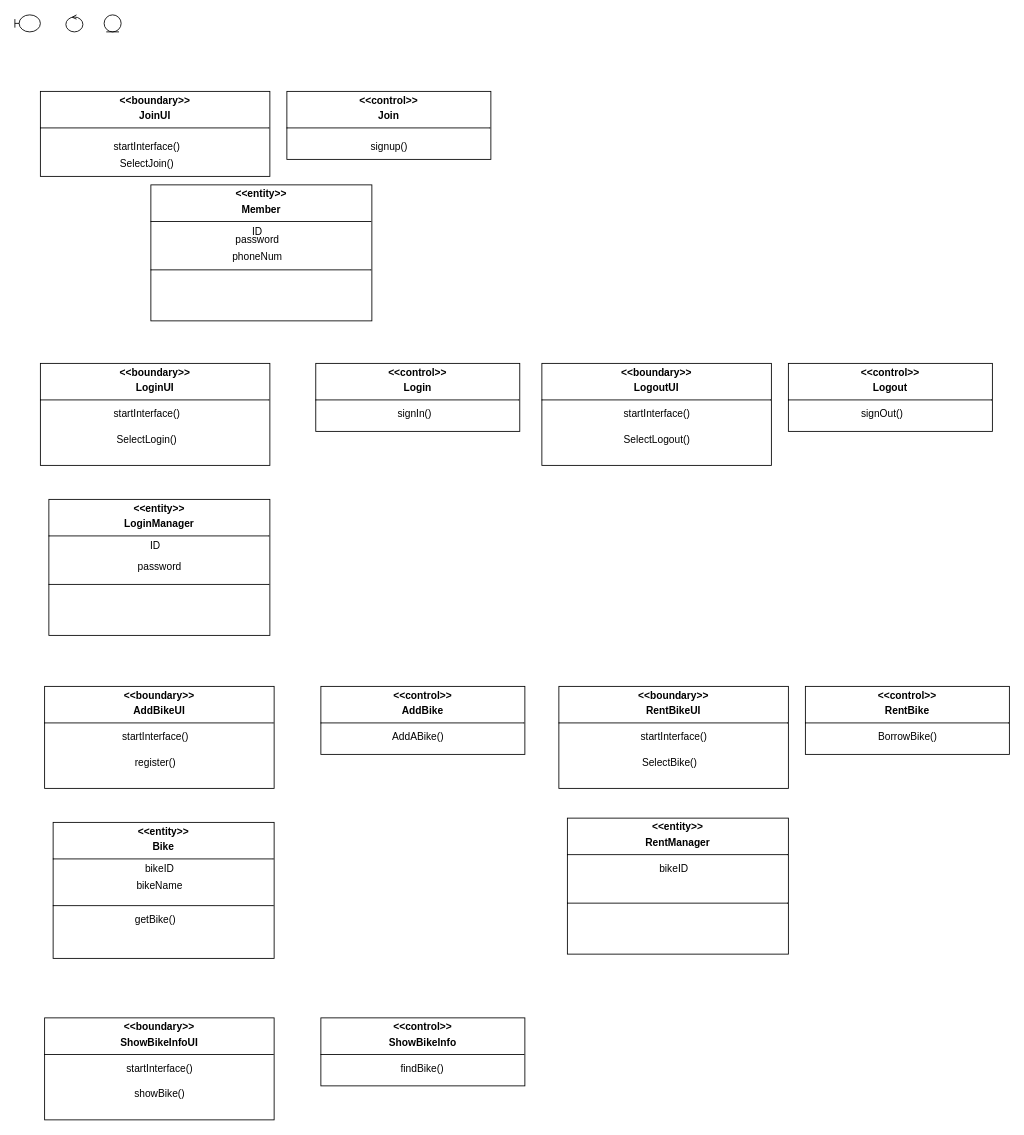
Before: analysis class diagram.drawio.xml in nowOne2/se2ndAssignment, a draw.io diagram. Source tidied: cells renumbered, new cells numbered last; positions are measured from the earlier drawing's top-left corner, leaving out a move shared by most shapes. Both pictures are drawn from the tidied source at 85%, with x=0, y=0 at pixel (14, 14).
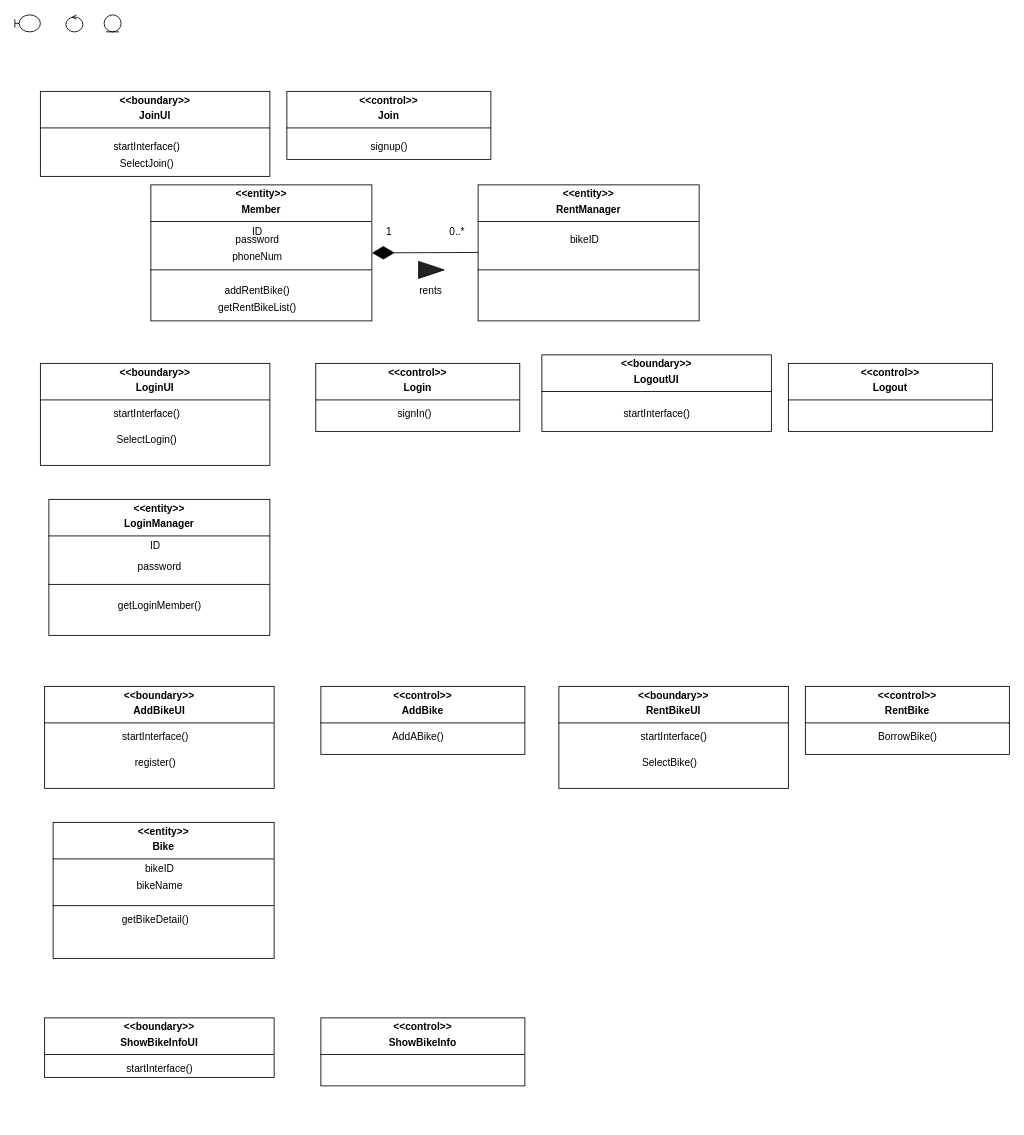
The same page after the edit.

Commit message (it also covers changes not shown here):
Fix communication, analysis diagram 자전거 대여, 대여정보조회

The change refers to these unchanged cells:
```xml
<mxCell id="6" value="&lt;p style=&quot;margin:0px;margin-top:4px;text-align:center;&quot;&gt;&lt;b&gt;&amp;lt;&amp;lt;entity&amp;gt;&amp;gt;&lt;/b&gt;&lt;/p&gt;&lt;p style=&quot;margin:0px;margin-top:4px;text-align:center;&quot;&gt;&lt;b&gt;Member&lt;/b&gt;&lt;/p&gt;&lt;hr size=&quot;1&quot; style=&quot;border-style:solid;&quot;&gt;&lt;div style=&quot;height:2px;&quot;&gt;&lt;/div&gt;&lt;div style=&quot;height:2px;&quot;&gt;&lt;br&gt;&lt;/div&gt;&lt;div style=&quot;height:2px;&quot;&gt;&lt;br&gt;&lt;/div&gt;&lt;div style=&quot;height:2px;&quot;&gt;&lt;br&gt;&lt;/div&gt;&lt;div style=&quot;height:2px;&quot;&gt;&lt;br&gt;&lt;/div&gt;&lt;div style=&quot;height:2px;&quot;&gt;&lt;br&gt;&lt;/div&gt;&lt;div style=&quot;height:2px;&quot;&gt;&lt;br&gt;&lt;/div&gt;&lt;div style=&quot;height:2px;&quot;&gt;&lt;br&gt;&lt;/div&gt;&lt;div style=&quot;height:2px;&quot;&gt;&lt;br&gt;&lt;/div&gt;&lt;div style=&quot;height:2px;&quot;&gt;&lt;br&gt;&lt;/div&gt;&lt;div style=&quot;height:2px;&quot;&gt;&lt;br&gt;&lt;/div&gt;&lt;div style=&quot;height:2px;&quot;&gt;&lt;br&gt;&lt;/div&gt;&lt;div style=&quot;height:2px;&quot;&gt;&lt;br&gt;&lt;/div&gt;&lt;div style=&quot;height:2px;&quot;&gt;&lt;br&gt;&lt;/div&gt;&lt;div style=&quot;height:2px;&quot;&gt;&lt;br&gt;&lt;/div&gt;&lt;div style=&quot;height:2px;&quot;&gt;&lt;br&gt;&lt;/div&gt;&lt;div style=&quot;height:2px;&quot;&gt;&lt;br&gt;&lt;/div&gt;&lt;div style=&quot;height:2px;&quot;&gt;&lt;br&gt;&lt;/div&gt;&lt;div style=&quot;height:2px;&quot;&gt;&lt;br&gt;&lt;/div&gt;&lt;div style=&quot;height:2px;&quot;&gt;&lt;br&gt;&lt;/div&gt;&lt;div style=&quot;height:2px;&quot;&gt;&lt;br&gt;&lt;/div&gt;&lt;div style=&quot;height:2px;&quot;&gt;&lt;br&gt;&lt;/div&gt;&lt;hr size=&quot;1&quot; style=&quot;border-style:solid;&quot;&gt;&lt;div style=&quot;height:2px;&quot;&gt;&lt;/div&gt;" style="verticalAlign=top;align=left;overflow=fill;html=1;whiteSpace=wrap;" parent="1" vertex="1">
  <mxGeometry x="160" y="200" width="260" height="160" as="geometry" />
</mxCell>
```

Change to the diagram source:
```diff
@@
     <mxCell id="22" value="&lt;p style=&quot;margin:0px;margin-top:4px;text-align:center;&quot;&gt;&lt;b&gt;&amp;lt;&amp;lt;boundary&amp;gt;&amp;gt;&lt;/b&gt;&lt;/p&gt;&lt;p style=&quot;margin:0px;margin-top:4px;text-align:center;&quot;&gt;&lt;b&gt;LogoutUI&lt;/b&gt;&lt;/p&gt;&lt;hr size=&quot;1&quot; style=&quot;border-style:solid;&quot;&gt;&lt;div style=&quot;height:2px;&quot;&gt;&lt;/div&gt;" style="verticalAlign=top;align=left;overflow=fill;html=1;whiteSpace=wrap;" parent="1" vertex="1">
-      <mxGeometry x="620" y="410" width="270" height="120" as="geometry" />
+      <mxGeometry x="620" y="400" width="270" height="90" as="geometry" />
     </mxCell>
@@
-    <mxCell id="25" value="SelectLogout()" style="text;html=1;align=center;verticalAlign=middle;strokeColor=none;fillColor=none;" parent="1" vertex="1">
-      <mxGeometry x="705" y="485" width="100" height="30" as="geometry" />
-    </mxCell>
-    <mxCell id="26" value="signOut()" style="text;html=1;align=center;verticalAlign=middle;strokeColor=none;fillColor=none;" parent="1" vertex="1">
-      <mxGeometry x="985" y="455" width="70" height="30" as="geometry" />
-    </mxCell>
@@
-    <mxCell id="35" value="getBike()" style="text;html=1;align=center;verticalAlign=middle;strokeColor=none;fillColor=none;" parent="1" vertex="1">
-      <mxGeometry x="130" y="1050" width="70" height="30" as="geometry" />
+    <mxCell id="35" value="getBikeDetail()" style="text;html=1;align=center;verticalAlign=middle;strokeColor=none;fillColor=none;" parent="1" vertex="1">
+      <mxGeometry x="115" y="1050" width="100" height="30" as="geometry" />
     </mxCell>
@@
     <mxCell id="41" value="&lt;p style=&quot;margin:0px;margin-top:4px;text-align:center;&quot;&gt;&lt;b&gt;&amp;lt;&amp;lt;entity&amp;gt;&amp;gt;&lt;/b&gt;&lt;/p&gt;&lt;p style=&quot;margin:0px;margin-top:4px;text-align:center;&quot;&gt;&lt;b&gt;RentManager&lt;/b&gt;&lt;/p&gt;&lt;hr size=&quot;1&quot; style=&quot;border-style:solid;&quot;&gt;&lt;div style=&quot;height:2px;&quot;&gt;&lt;/div&gt;&lt;div style=&quot;height:2px;&quot;&gt;&lt;br&gt;&lt;/div&gt;&lt;div style=&quot;height:2px;&quot;&gt;&lt;br&gt;&lt;/div&gt;&lt;div style=&quot;height:2px;&quot;&gt;&lt;br&gt;&lt;/div&gt;&lt;div style=&quot;height:2px;&quot;&gt;&lt;br&gt;&lt;/div&gt;&lt;div style=&quot;height:2px;&quot;&gt;&lt;br&gt;&lt;/div&gt;&lt;div style=&quot;height:2px;&quot;&gt;&lt;br&gt;&lt;/div&gt;&lt;div style=&quot;height:2px;&quot;&gt;&lt;br&gt;&lt;/div&gt;&lt;div style=&quot;height:2px;&quot;&gt;&lt;br&gt;&lt;/div&gt;&lt;div style=&quot;height:2px;&quot;&gt;&lt;br&gt;&lt;/div&gt;&lt;div style=&quot;height:2px;&quot;&gt;&lt;br&gt;&lt;/div&gt;&lt;div style=&quot;height:2px;&quot;&gt;&lt;br&gt;&lt;/div&gt;&lt;div style=&quot;height:2px;&quot;&gt;&lt;br&gt;&lt;/div&gt;&lt;div style=&quot;height:2px;&quot;&gt;&lt;br&gt;&lt;/div&gt;&lt;div style=&quot;height:2px;&quot;&gt;&lt;br&gt;&lt;/div&gt;&lt;div style=&quot;height:2px;&quot;&gt;&lt;br&gt;&lt;/div&gt;&lt;div style=&quot;height:2px;&quot;&gt;&lt;br&gt;&lt;/div&gt;&lt;div style=&quot;height:2px;&quot;&gt;&lt;br&gt;&lt;/div&gt;&lt;div style=&quot;height:2px;&quot;&gt;&lt;br&gt;&lt;/div&gt;&lt;div style=&quot;height:2px;&quot;&gt;&lt;br&gt;&lt;/div&gt;&lt;div style=&quot;height:2px;&quot;&gt;&lt;br&gt;&lt;/div&gt;&lt;div style=&quot;height:2px;&quot;&gt;&lt;br&gt;&lt;/div&gt;&lt;hr size=&quot;1&quot; style=&quot;border-style:solid;&quot;&gt;&lt;div style=&quot;height:2px;&quot;&gt;&lt;/div&gt;" style="verticalAlign=top;align=left;overflow=fill;html=1;whiteSpace=wrap;" parent="1" vertex="1">
-      <mxGeometry x="650" y="945" width="260" height="160" as="geometry" />
+      <mxGeometry x="545" y="200" width="260" height="160" as="geometry" />
     </mxCell>
     <mxCell id="42" value="bikeID" style="text;html=1;align=center;verticalAlign=middle;strokeColor=none;fillColor=none;" parent="1" vertex="1">
-      <mxGeometry x="745" y="990" width="60" height="30" as="geometry" />
+      <mxGeometry x="640" y="250" width="60" height="30" as="geometry" />
     </mxCell>
     <mxCell id="43" value="&lt;p style=&quot;margin:0px;margin-top:4px;text-align:center;&quot;&gt;&lt;b&gt;&amp;lt;&amp;lt;boundary&amp;gt;&amp;gt;&lt;/b&gt;&lt;/p&gt;&lt;p style=&quot;margin:0px;margin-top:4px;text-align:center;&quot;&gt;&lt;b&gt;ShowBikeInfoUI&lt;/b&gt;&lt;/p&gt;&lt;hr size=&quot;1&quot; style=&quot;border-style:solid;&quot;&gt;&lt;div style=&quot;height:2px;&quot;&gt;&lt;/div&gt;" style="verticalAlign=top;align=left;overflow=fill;html=1;whiteSpace=wrap;" parent="1" vertex="1">
-      <mxGeometry x="35" y="1180" width="270" height="120" as="geometry" />
+      <mxGeometry x="35" y="1180" width="270" height="70" as="geometry" />
     </mxCell>
@@
-    <mxCell id="46" value="showBike()" style="text;html=1;align=center;verticalAlign=middle;strokeColor=none;fillColor=none;" parent="1" vertex="1">
-      <mxGeometry x="130" y="1255" width="80" height="30" as="geometry" />
-    </mxCell>
-    <mxCell id="47" value="findBike()" style="text;html=1;align=center;verticalAlign=middle;strokeColor=none;fillColor=none;" parent="1" vertex="1">
-      <mxGeometry x="444" y="1225" width="70" height="30" as="geometry" />
-    </mxCell>
+    <mxCell id="48" value="getLoginMember()" style="text;html=1;align=center;verticalAlign=middle;strokeColor=none;fillColor=none;" parent="1" vertex="1">
+      <mxGeometry x="110" y="680" width="120" height="30" as="geometry" />
+    </mxCell>
+    <mxCell id="49" value="addRentBike()" style="text;html=1;align=center;verticalAlign=middle;strokeColor=none;fillColor=none;" parent="1" vertex="1">
+      <mxGeometry x="235" y="310" width="100" height="30" as="geometry" />
+    </mxCell>
+    <mxCell id="50" value="getRentBikeList()" style="text;html=1;align=center;verticalAlign=middle;strokeColor=none;fillColor=none;" parent="1" vertex="1">
+      <mxGeometry x="225" y="330" width="120" height="30" as="geometry" />
+    </mxCell>
+    <mxCell id="51" style="endArrow=diamondThin;endFill=1;endSize=24;html=1;rounded=0;entryX=1;entryY=0.5;entryDx=0;entryDy=0;" parent="1" edge="1" target="6">
+      <mxGeometry relative="1" as="geometry">
+        <mxPoint x="545" y="279.5" as="sourcePoint" />
+      </mxGeometry>
+    </mxCell>
+    <mxCell id="52" value="1" style="text;html=1;align=center;verticalAlign=middle;strokeColor=none;fillColor=none;" parent="1" vertex="1">
+      <mxGeometry x="425" y="240" width="30" height="30" as="geometry" />
+    </mxCell>
+    <mxCell id="53" value="0..*" style="text;html=1;align=center;verticalAlign=middle;strokeColor=none;fillColor=none;" parent="1" vertex="1">
+      <mxGeometry x="500" y="240" width="40" height="30" as="geometry" />
+    </mxCell>
+    <mxCell id="54" style="triangle;whiteSpace=wrap;html=1;fillColor=light-dark(#242323, #ededed);" parent="1" vertex="1">
+      <mxGeometry x="475" y="290" width="30" height="20" as="geometry" />
+    </mxCell>
+    <mxCell id="55" value="rents" style="text;html=1;align=center;verticalAlign=middle;strokeColor=none;fillColor=none;" parent="1" vertex="1">
+      <mxGeometry x="464" y="310" width="50" height="30" as="geometry" />
+    </mxCell>
```
